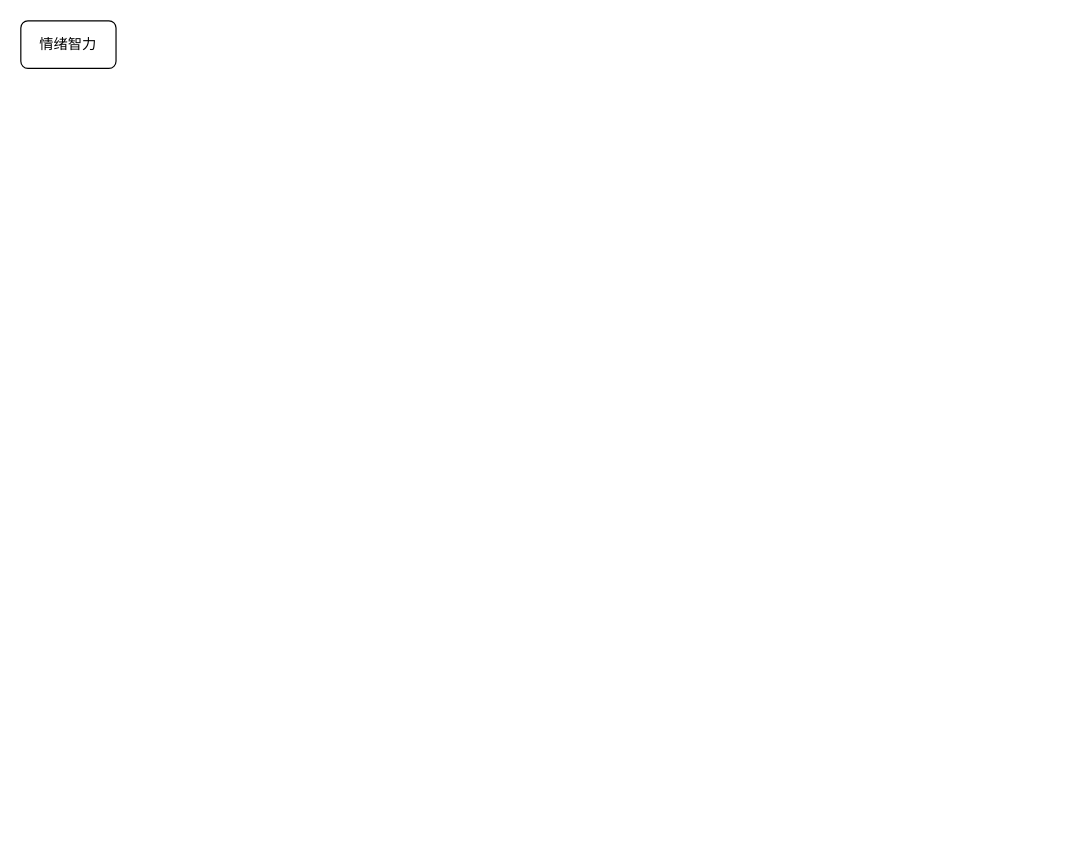
youyusan/relationship keeps this draw.io diagram as page "社交系统" (1 of 6) of relationship.drawio. Above is the earlier version. Source tidied: cells renumbered, new cells numbered last; positions are measured from the earlier drawing's top-left corner, leaving out a move shared by most shapes. Both pictures are drawn from the tidied source at 119%, with x=0, y=0 at pixel (20, 20).
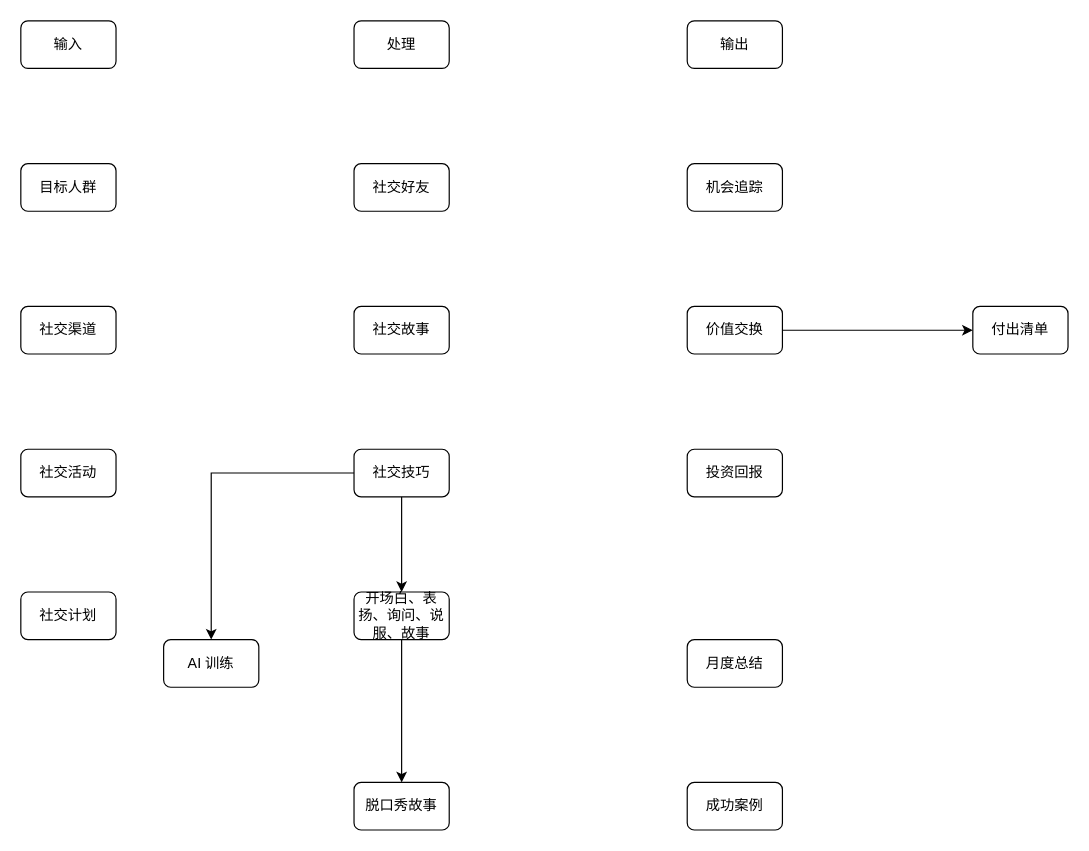
The same page after the edit.

What changed in the source:
```diff
@@
-    <mxCell id="2" value="情绪智力" style="rounded=1;whiteSpace=wrap;html=1;" parent="1" vertex="1">
+    <mxCell id="2" value="输入" style="rounded=1;whiteSpace=wrap;html=1;" parent="1" vertex="1">
       <mxGeometry width="80" height="40" as="geometry" />
     </mxCell>
+    <mxCell id="3" value="处理" style="rounded=1;whiteSpace=wrap;html=1;" parent="1" vertex="1">
+      <mxGeometry x="280" width="80" height="40" as="geometry" />
+    </mxCell>
+    <mxCell id="4" value="输出" style="rounded=1;whiteSpace=wrap;html=1;" parent="1" vertex="1">
+      <mxGeometry x="560" width="80" height="40" as="geometry" />
+    </mxCell>
+    <mxCell id="5" value="目标人群" style="rounded=1;whiteSpace=wrap;html=1;" parent="1" vertex="1">
+      <mxGeometry y="120" width="80" height="40" as="geometry" />
+    </mxCell>
+    <mxCell id="6" value="社交渠道" style="rounded=1;whiteSpace=wrap;html=1;" parent="1" vertex="1">
+      <mxGeometry y="240" width="80" height="40" as="geometry" />
+    </mxCell>
+    <mxCell id="7" value="社交活动" style="rounded=1;whiteSpace=wrap;html=1;" parent="1" vertex="1">
+      <mxGeometry y="360" width="80" height="40" as="geometry" />
+    </mxCell>
+    <mxCell id="8" value="社交好友" style="rounded=1;whiteSpace=wrap;html=1;" parent="1" vertex="1">
+      <mxGeometry x="280" y="120" width="80" height="40" as="geometry" />
+    </mxCell>
+    <mxCell id="9" value="社交故事" style="rounded=1;whiteSpace=wrap;html=1;" parent="1" vertex="1">
+      <mxGeometry x="280" y="240" width="80" height="40" as="geometry" />
+    </mxCell>
+    <mxCell id="10" value="机会追踪" style="rounded=1;whiteSpace=wrap;html=1;" parent="1" vertex="1">
+      <mxGeometry x="560" y="120" width="80" height="40" as="geometry" />
+    </mxCell>
+    <mxCell id="11" value="月度总结" style="rounded=1;whiteSpace=wrap;html=1;" parent="1" vertex="1">
+      <mxGeometry x="560" y="520" width="80" height="40" as="geometry" />
+    </mxCell>
+    <mxCell id="12" style="edgeStyle=orthogonalEdgeStyle;rounded=0;jettySize=auto;html=1;" parent="1" edge="1" source="13" target="16">
+      <mxGeometry relative="1" as="geometry" />
+    </mxCell>
+    <mxCell id="13" value="价值交换" style="rounded=1;whiteSpace=wrap;html=1;" parent="1" vertex="1">
+      <mxGeometry x="560" y="240" width="80" height="40" as="geometry" />
+    </mxCell>
+    <mxCell id="14" value="投资回报" style="rounded=1;whiteSpace=wrap;html=1;" parent="1" vertex="1">
+      <mxGeometry x="560" y="360" width="80" height="40" as="geometry" />
+    </mxCell>
+    <mxCell id="15" value="成功案例" style="rounded=1;whiteSpace=wrap;html=1;" parent="1" vertex="1">
+      <mxGeometry x="560" y="640" width="80" height="40" as="geometry" />
+    </mxCell>
+    <mxCell id="16" value="付出清单" style="rounded=1;whiteSpace=wrap;html=1;" parent="1" vertex="1">
+      <mxGeometry x="800" y="240" width="80" height="40" as="geometry" />
+    </mxCell>
+    <mxCell id="17" style="edgeStyle=orthogonalEdgeStyle;rounded=0;jettySize=auto;html=1;" parent="1" edge="1" source="19" target="21">
+      <mxGeometry relative="1" as="geometry" />
+    </mxCell>
+    <mxCell id="18" style="edgeStyle=orthogonalEdgeStyle;rounded=0;jettySize=auto;html=1;" parent="1" edge="1" source="19" target="22">
+      <mxGeometry relative="1" as="geometry" />
+    </mxCell>
+    <mxCell id="19" value="社交技巧" style="rounded=1;whiteSpace=wrap;html=1;" parent="1" vertex="1">
+      <mxGeometry x="280" y="360" width="80" height="40" as="geometry" />
+    </mxCell>
+    <mxCell id="20" style="edgeStyle=orthogonalEdgeStyle;rounded=0;jettySize=auto;html=1;" parent="1" edge="1" source="21" target="24">
+      <mxGeometry relative="1" as="geometry" />
+    </mxCell>
+    <mxCell id="21" value="开场白、表扬、询问、说服、故事" style="rounded=1;whiteSpace=wrap;html=1;" parent="1" vertex="1">
+      <mxGeometry x="280" y="480" width="80" height="40" as="geometry" />
+    </mxCell>
+    <mxCell id="22" value="AI 训练" style="rounded=1;whiteSpace=wrap;html=1;" parent="1" vertex="1">
+      <mxGeometry x="120" y="520" width="80" height="40" as="geometry" />
+    </mxCell>
+    <mxCell id="23" value="社交计划" style="rounded=1;whiteSpace=wrap;html=1;" parent="1" vertex="1">
+      <mxGeometry y="480" width="80" height="40" as="geometry" />
+    </mxCell>
+    <mxCell id="24" value="脱口秀故事" style="rounded=1;whiteSpace=wrap;html=1;" parent="1" vertex="1">
+      <mxGeometry x="280" y="640" width="80" height="40" as="geometry" />
+    </mxCell>
```
